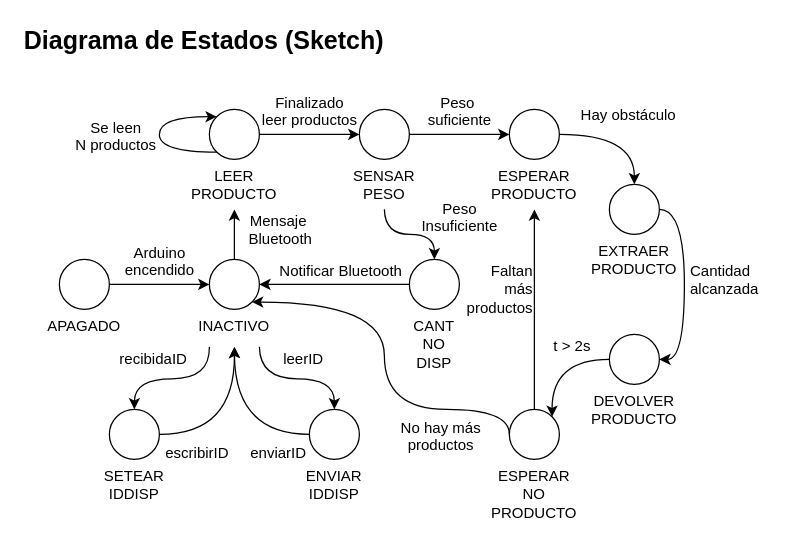
This is Sistema-Embebido/Diagramas/Estados.drawio from ada-lovelace-progra/AsistenteDeCocina, a draw.io file, before an edit. Source tidied: cells renumbered, new cells numbered last; positions are measured from the earlier drawing's top-left corner, leaving out a move shared by most shapes. Both pictures are drawn from the tidied source at 125%, with x=0, y=0 at pixel (21, 21).
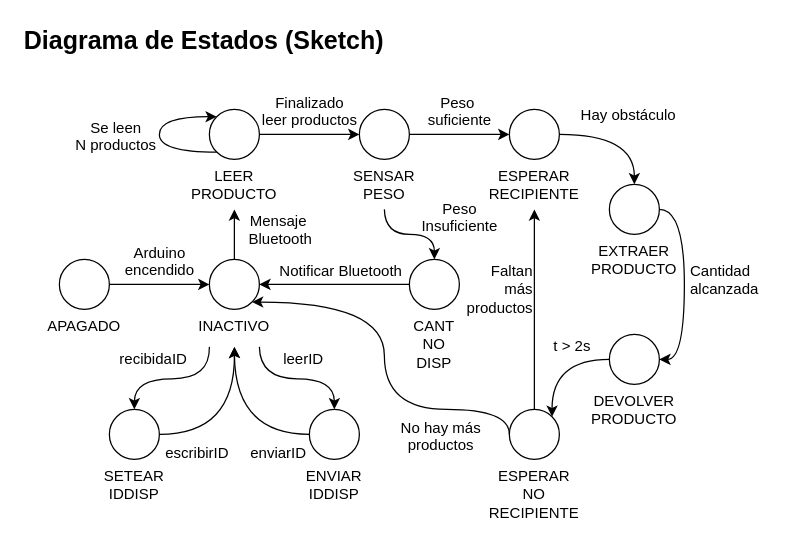
The same page after the edit.

What changed in the source:
```diff
@@
-    <mxCell id="13" value="ESPERAR PRODUCTO&lt;br&gt;" style="ellipse;whiteSpace=wrap;html=1;labelPosition=center;verticalLabelPosition=bottom;align=center;verticalAlign=top;" parent="1" vertex="1">
+    <mxCell id="13" value="ESPERAR RECIPIENTE&lt;br&gt;" style="ellipse;whiteSpace=wrap;html=1;labelPosition=center;verticalLabelPosition=bottom;align=center;verticalAlign=top;" parent="1" vertex="1">
       <mxGeometry x="390" y="70" width="40" height="40" as="geometry" />
     </mxCell>
@@
-    <mxCell id="20" value="ESPERAR NO PRODUCTO&lt;br&gt;" style="ellipse;whiteSpace=wrap;html=1;labelPosition=center;verticalLabelPosition=bottom;align=center;verticalAlign=top;" parent="1" vertex="1">
+    <mxCell id="20" value="ESPERAR NO RECIPIENTE&lt;br&gt;" style="ellipse;whiteSpace=wrap;html=1;labelPosition=center;verticalLabelPosition=bottom;align=center;verticalAlign=top;" parent="1" vertex="1">
       <mxGeometry x="390" y="310" width="40" height="40" as="geometry" />
     </mxCell>
```
